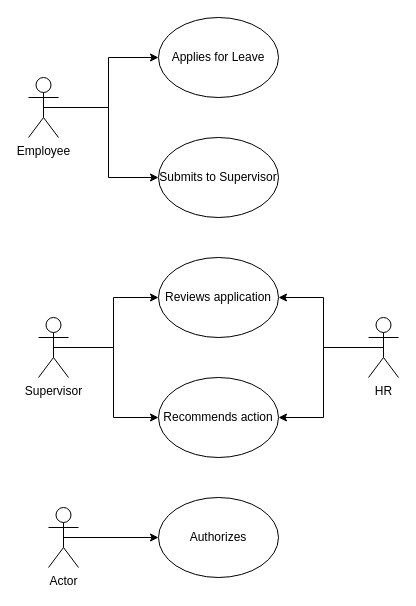
Before: Untitled Diagram.drawio in gmachalo/usecases, a draw.io diagram. Source tidied: cells renumbered, new cells numbered last; positions are measured from the earlier drawing's top-left corner, leaving out a move shared by most shapes. Both pictures are drawn from the tidied source at 100%, with x=0, y=0 at pixel (28, 17).
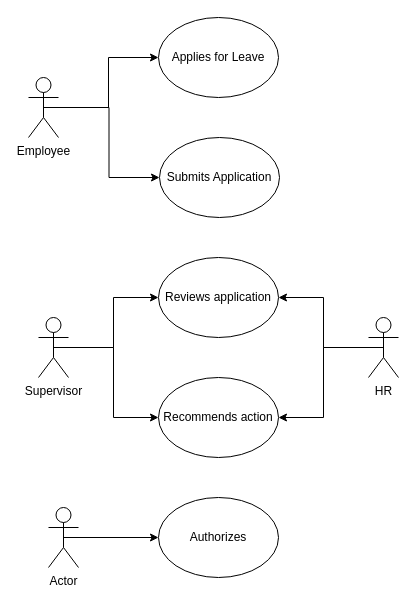
After the change.

Diff of the diagram source:
```diff
@@
 <mxGraphModel>
   <root>
     <mxCell id="0" />
     <mxCell id="1" parent="0" />
     <mxCell id="2" style="edgeStyle=orthogonalEdgeStyle;rounded=0;jettySize=auto;html=1;exitX=0.5;exitY=0.5;exitDx=0;exitDy=0;exitPerimeter=0;entryX=0;entryY=0.5;entryDx=0;entryDy=0;" parent="1" edge="1" source="4" target="6">
       <mxGeometry relative="1" as="geometry" />
     </mxCell>
     <mxCell id="3" style="edgeStyle=orthogonalEdgeStyle;rounded=0;jettySize=auto;html=1;exitX=0.5;exitY=0.5;exitDx=0;exitDy=0;exitPerimeter=0;entryX=0;entryY=0.5;entryDx=0;entryDy=0;" parent="1" edge="1" source="4" target="5">
       <mxGeometry relative="1" as="geometry" />
     </mxCell>
     <mxCell id="4" value="Employee" style="shape=umlActor;verticalLabelPosition=bottom;verticalAlign=top;html=1;outlineConnect=0;" parent="1" vertex="1">
       <mxGeometry y="60" width="30" height="60" as="geometry" />
     </mxCell>
     <mxCell id="5" value="Applies for Leave" style="ellipse;whiteSpace=wrap;html=1;" parent="1" vertex="1">
       <mxGeometry x="130" width="120" height="80" as="geometry" />
     </mxCell>
-    <mxCell id="6" value="Submits to Supervisor" style="ellipse;whiteSpace=wrap;html=1;" parent="1" vertex="1">
-      <mxGeometry x="130" y="120" width="120" height="80" as="geometry" />
+    <mxCell id="6" value="Submits Application" style="ellipse;whiteSpace=wrap;html=1;" parent="1" vertex="1">
+      <mxGeometry x="131" y="120" width="120" height="80" as="geometry" />
     </mxCell>
     <mxCell id="7" style="edgeStyle=orthogonalEdgeStyle;rounded=0;jettySize=auto;html=1;exitX=0.5;exitY=0.5;exitDx=0;exitDy=0;exitPerimeter=0;entryX=0;entryY=0.5;entryDx=0;entryDy=0;" parent="1" edge="1" source="9" target="10">
       <mxGeometry relative="1" as="geometry" />
     </mxCell>
     <mxCell id="8" style="edgeStyle=orthogonalEdgeStyle;rounded=0;jettySize=auto;html=1;exitX=0.5;exitY=0.5;exitDx=0;exitDy=0;exitPerimeter=0;entryX=0;entryY=0.5;entryDx=0;entryDy=0;" parent="1" edge="1" source="9" target="11">
       <mxGeometry relative="1" as="geometry" />
     </mxCell>
     <mxCell id="9" value="Supervisor" style="shape=umlActor;verticalLabelPosition=bottom;verticalAlign=top;html=1;outlineConnect=0;" parent="1" vertex="1">
       <mxGeometry x="10" y="300" width="30" height="60" as="geometry" />
     </mxCell>
     <mxCell id="10" value="Reviews application" style="ellipse;whiteSpace=wrap;html=1;" parent="1" vertex="1">
       <mxGeometry x="130" y="240" width="120" height="80" as="geometry" />
     </mxCell>
     <mxCell id="11" value="Recommends action" style="ellipse;whiteSpace=wrap;html=1;" parent="1" vertex="1">
       <mxGeometry x="130" y="360" width="120" height="80" as="geometry" />
     </mxCell>
     <mxCell id="12" style="edgeStyle=orthogonalEdgeStyle;rounded=0;jettySize=auto;html=1;exitX=0.5;exitY=0.5;exitDx=0;exitDy=0;exitPerimeter=0;entryX=1;entryY=0.5;entryDx=0;entryDy=0;" parent="1" edge="1" source="14" target="10">
       <mxGeometry relative="1" as="geometry" />
     </mxCell>
     <mxCell id="13" style="edgeStyle=orthogonalEdgeStyle;rounded=0;jettySize=auto;html=1;exitX=0.5;exitY=0.5;exitDx=0;exitDy=0;exitPerimeter=0;entryX=1;entryY=0.5;entryDx=0;entryDy=0;" parent="1" edge="1" source="14" target="11">
       <mxGeometry relative="1" as="geometry" />
     </mxCell>
     <mxCell id="14" value="HR" style="shape=umlActor;verticalLabelPosition=bottom;verticalAlign=top;html=1;outlineConnect=0;" parent="1" vertex="1">
       <mxGeometry x="340" y="300" width="30" height="60" as="geometry" />
     </mxCell>
     <mxCell id="15" style="edgeStyle=orthogonalEdgeStyle;rounded=0;jettySize=auto;html=1;exitX=0.5;exitY=0.5;exitDx=0;exitDy=0;exitPerimeter=0;entryX=0;entryY=0.5;entryDx=0;entryDy=0;" parent="1" edge="1" source="16" target="17">
       <mxGeometry relative="1" as="geometry" />
     </mxCell>
     <mxCell id="16" value="Actor" style="shape=umlActor;verticalLabelPosition=bottom;verticalAlign=top;html=1;outlineConnect=0;" parent="1" vertex="1">
       <mxGeometry x="20" y="490" width="30" height="60" as="geometry" />
     </mxCell>
     <mxCell id="17" value="Authorizes" style="ellipse;whiteSpace=wrap;html=1;" parent="1" vertex="1">
       <mxGeometry x="130" y="480" width="120" height="80" as="geometry" />
     </mxCell>
   </root>
 </mxGraphModel>
```
